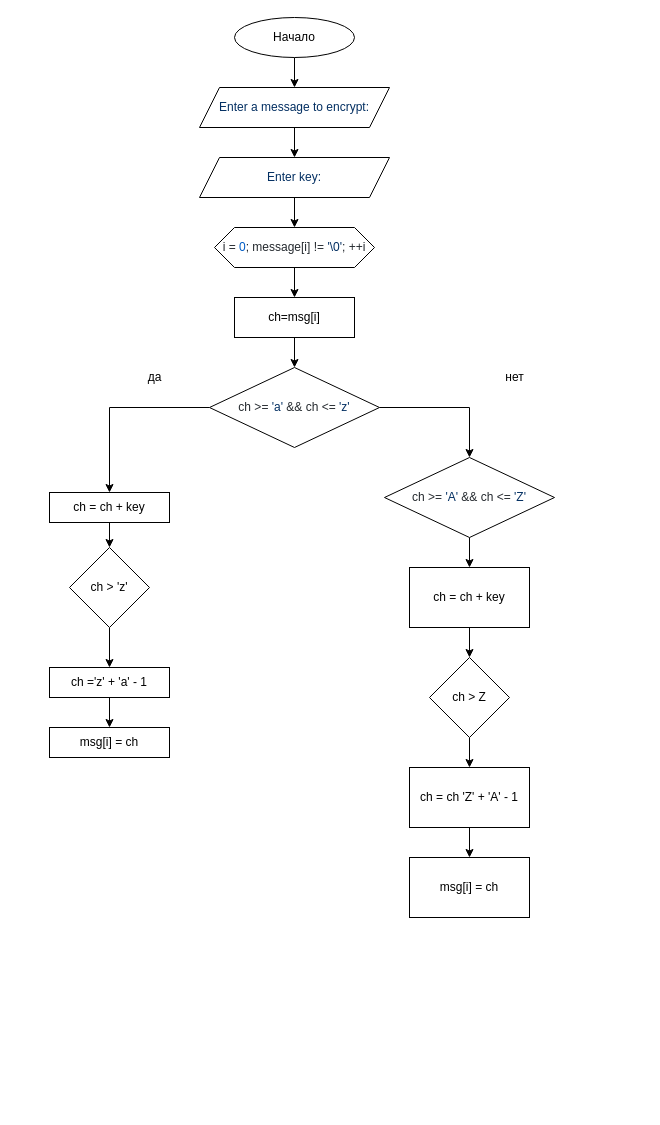
Earlier version of the draw.io diagram Untitled Diagram.drawio (Longnguyen2006/Caesar-cipher). Source tidied: cells renumbered, new cells numbered last; positions are measured from the earlier drawing's top-left corner, leaving out a move shared by most shapes. Both pictures are drawn from the tidied source at 100%, with x=0, y=0 at pixel (49, 17).
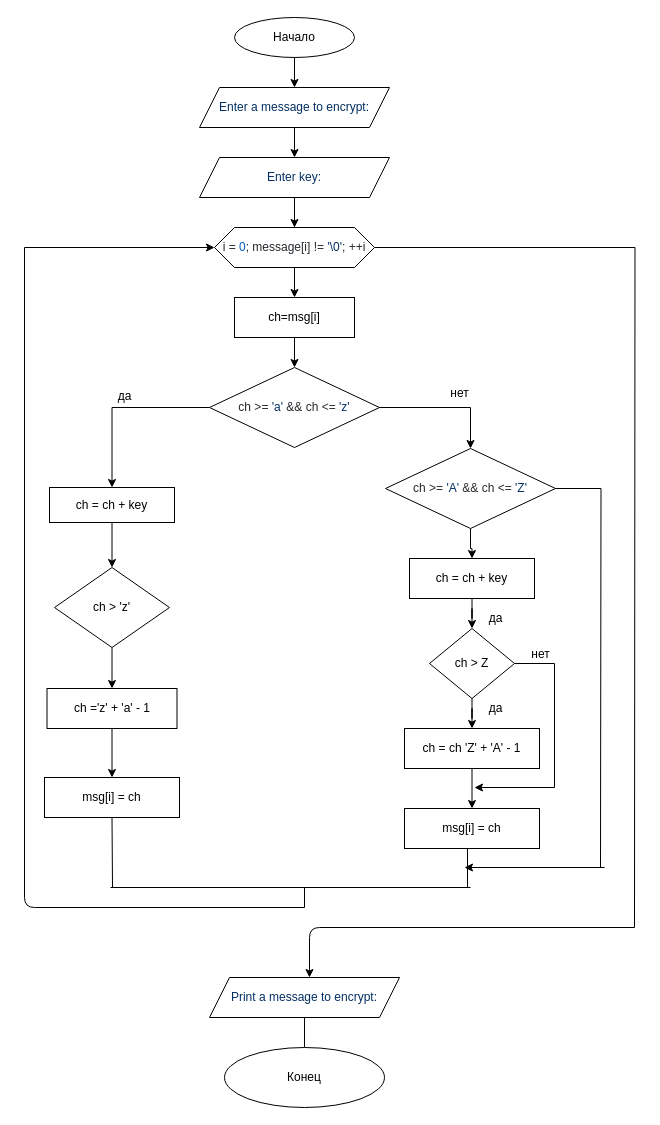
The same diagram, later.

The change refers to these unchanged cells:
```xml
<mxCell id="8" value="&#10;&#10;&lt;span style=&quot;color: rgb(3, 47, 98); font-size: 12px; font-style: normal; font-weight: 400; letter-spacing: normal; text-indent: 0px; text-transform: none; word-spacing: 0px; background-color: rgb(255, 255, 255); display: inline; float: none;&quot;&gt;Enter key:&lt;/span&gt;&#10;&#10;" style="shape=parallelogram;perimeter=parallelogramPerimeter;whiteSpace=wrap;html=1;fixedSize=1;" parent="1" vertex="1">
  <mxGeometry x="150" y="140" width="190" height="40" as="geometry" />
</mxCell>
<mxCell id="10" value="&lt;span style=&quot;color: rgb(36 , 41 , 46) ; font-family: , &amp;#34;consolas&amp;#34; , &amp;#34;liberation mono&amp;#34; , &amp;#34;menlo&amp;#34; , monospace ; background-color: rgb(255 , 255 , 255)&quot;&gt;i = &lt;/span&gt;&lt;span class=&quot;pl-c1&quot; style=&quot;box-sizing: border-box ; color: rgb(0 , 92 , 197) ; font-family: , &amp;#34;consolas&amp;#34; , &amp;#34;liberation mono&amp;#34; , &amp;#34;menlo&amp;#34; , monospace ; background-color: rgb(255 , 255 , 255)&quot;&gt;0&lt;/span&gt;&lt;span style=&quot;color: rgb(36 , 41 , 46) ; font-family: , &amp;#34;consolas&amp;#34; , &amp;#34;liberation mono&amp;#34; , &amp;#34;menlo&amp;#34; , monospace ; background-color: rgb(255 , 255 , 255)&quot;&gt;; message[i] != &lt;/span&gt;&lt;span class=&quot;pl-s&quot; style=&quot;box-sizing: border-box ; color: rgb(3 , 47 , 98) ; font-family: , &amp;#34;consolas&amp;#34; , &amp;#34;liberation mono&amp;#34; , &amp;#34;menlo&amp;#34; , monospace ; background-color: rgb(255 , 255 , 255)&quot;&gt;&lt;span class=&quot;pl-pds&quot; style=&quot;box-sizing: border-box&quot;&gt;'&lt;/span&gt;&lt;span class=&quot;pl-cce&quot; style=&quot;box-sizing: border-box&quot;&gt;\0&lt;/span&gt;&lt;span class=&quot;pl-pds&quot; style=&quot;box-sizing: border-box&quot;&gt;'&lt;/span&gt;&lt;/span&gt;&lt;span style=&quot;color: rgb(36 , 41 , 46) ; font-family: , &amp;#34;consolas&amp;#34; , &amp;#34;liberation mono&amp;#34; , &amp;#34;menlo&amp;#34; , monospace ; background-color: rgb(255 , 255 , 255)&quot;&gt;; ++i&lt;/span&gt;" style="shape=hexagon;perimeter=hexagonPerimeter2;whiteSpace=wrap;html=1;fixedSize=1;" parent="1" vertex="1">
  <mxGeometry x="165" y="210" width="160" height="40" as="geometry" />
</mxCell>
```

The edit, as a diff of the source:
```diff
@@
+    <mxCell id="33" style="edgeStyle=orthogonalEdgeStyle;rounded=0;jettySize=auto;html=1;endArrow=none;endFill=0;" parent="1" edge="1" source="10" target="8">
+      <mxGeometry relative="1" as="geometry" />
+    </mxCell>
+    <mxCell id="34" style="edgeStyle=orthogonalEdgeStyle;rounded=0;jettySize=auto;html=1;endArrow=none;endFill=0;" parent="1" edge="1" source="10" target="8">
+      <mxGeometry relative="1" as="geometry" />
+    </mxCell>
+    <mxCell id="35" style="edgeStyle=orthogonalEdgeStyle;rounded=0;jettySize=auto;html=1;endArrow=none;endFill=0;" parent="1" edge="1" source="10" target="8">
+      <mxGeometry relative="1" as="geometry" />
+    </mxCell>
+    <mxCell id="36" style="edgeStyle=orthogonalEdgeStyle;rounded=0;jettySize=auto;html=1;endArrow=none;endFill=0;" parent="1" edge="1" source="10">
+      <mxGeometry relative="1" as="geometry">
+        <mxPoint x="585" y="910" as="targetPoint" />
+      </mxGeometry>
+    </mxCell>
@@
+    <mxCell id="37" style="edgeStyle=orthogonalEdgeStyle;rounded=0;jettySize=auto;html=1;endArrow=none;endFill=0;" parent="1" edge="1" source="16">
+      <mxGeometry relative="1" as="geometry">
+        <mxPoint x="551" y="850" as="targetPoint" />
+      </mxGeometry>
+    </mxCell>
     <mxCell id="16" value="&lt;span style=&quot;color: rgb(36 , 41 , 46) ; font-family: , &amp;#34;consolas&amp;#34; , &amp;#34;liberation mono&amp;#34; , &amp;#34;menlo&amp;#34; , monospace ; background-color: rgb(255 , 255 , 255)&quot;&gt;ch &amp;gt;= &lt;/span&gt;&lt;span class=&quot;pl-s&quot; style=&quot;box-sizing: border-box ; color: rgb(3 , 47 , 98) ; font-family: , &amp;#34;consolas&amp;#34; , &amp;#34;liberation mono&amp;#34; , &amp;#34;menlo&amp;#34; , monospace ; background-color: rgb(255 , 255 , 255)&quot;&gt;&lt;span class=&quot;pl-pds&quot; style=&quot;box-sizing: border-box&quot;&gt;'&lt;/span&gt;A&lt;span class=&quot;pl-pds&quot; style=&quot;box-sizing: border-box&quot;&gt;'&lt;/span&gt;&lt;/span&gt;&lt;span style=&quot;color: rgb(36 , 41 , 46) ; font-family: , &amp;#34;consolas&amp;#34; , &amp;#34;liberation mono&amp;#34; , &amp;#34;menlo&amp;#34; , monospace ; background-color: rgb(255 , 255 , 255)&quot;&gt; &amp;amp;&amp;amp; ch &amp;lt;= &lt;/span&gt;&lt;span class=&quot;pl-s&quot; style=&quot;box-sizing: border-box ; color: rgb(3 , 47 , 98) ; font-family: , &amp;#34;consolas&amp;#34; , &amp;#34;liberation mono&amp;#34; , &amp;#34;menlo&amp;#34; , monospace ; background-color: rgb(255 , 255 , 255)&quot;&gt;&lt;span class=&quot;pl-pds&quot; style=&quot;box-sizing: border-box&quot;&gt;'&lt;/span&gt;Z&lt;span class=&quot;pl-pds&quot; style=&quot;box-sizing: border-box&quot;&gt;'&lt;/span&gt;&lt;/span&gt;" style="rhombus;whiteSpace=wrap;html=1;" parent="1" vertex="1">
-      <mxGeometry x="335" y="440" width="170" height="80" as="geometry" />
+      <mxGeometry x="336" y="431" width="170" height="80" as="geometry" />
     </mxCell>
@@
     <mxCell id="18" value="ch = ch + key" style="whiteSpace=wrap;html=1;" parent="1" vertex="1">
-      <mxGeometry y="475" width="120" height="30" as="geometry" />
+      <mxGeometry y="470" width="125" height="35" as="geometry" />
     </mxCell>
@@
     <mxCell id="20" value="ch &amp;gt; 'z'" style="rhombus;whiteSpace=wrap;html=1;" parent="1" vertex="1">
-      <mxGeometry x="20" y="530" width="80" height="80" as="geometry" />
+      <mxGeometry x="5" y="550" width="115" height="80" as="geometry" />
     </mxCell>
@@
     <mxCell id="22" value="ch ='z' + 'a' - 1" style="whiteSpace=wrap;html=1;" parent="1" vertex="1">
-      <mxGeometry y="650" width="120" height="30" as="geometry" />
+      <mxGeometry x="-2.5" y="671" width="130" height="40" as="geometry" />
     </mxCell>
     <mxCell id="23" value="да" style="text;html=1;align=center;verticalAlign=middle;" parent="1" vertex="1">
-      <mxGeometry x="90" y="350" width="30" height="20" as="geometry" />
+      <mxGeometry x="60" y="369" width="30" height="20" as="geometry" />
     </mxCell>
     <mxCell id="24" value="нет" style="text;html=1;align=center;verticalAlign=middle;" parent="1" vertex="1">
-      <mxGeometry x="450" y="350" width="30" height="20" as="geometry" />
+      <mxGeometry x="395" y="366" width="30" height="20" as="geometry" />
     </mxCell>
     <mxCell id="25" value="msg[i] = ch" style="whiteSpace=wrap;html=1;" parent="1" vertex="1">
-      <mxGeometry y="710" width="120" height="30" as="geometry" />
+      <mxGeometry x="-5" y="760" width="135" height="40" as="geometry" />
     </mxCell>
@@
     <mxCell id="27" value="ch = ch + key" style="whiteSpace=wrap;html=1;" parent="1" vertex="1">
-      <mxGeometry x="360" y="550" width="120" height="60" as="geometry" />
+      <mxGeometry x="360" y="541" width="125" height="40" as="geometry" />
     </mxCell>
@@
+    <mxCell id="38" style="edgeStyle=orthogonalEdgeStyle;rounded=0;jettySize=auto;html=1;endArrow=none;endFill=0;" parent="1" edge="1" source="29">
+      <mxGeometry relative="1" as="geometry">
+        <mxPoint x="505" y="770" as="targetPoint" />
+        <Array as="points">
+          <mxPoint x="505" y="646" />
+          <mxPoint x="505" y="770" />
+        </Array>
+      </mxGeometry>
+    </mxCell>
     <mxCell id="29" value="ch &amp;gt; Z" style="rhombus;whiteSpace=wrap;html=1;" parent="1" vertex="1">
-      <mxGeometry x="380" y="640" width="80" height="80" as="geometry" />
+      <mxGeometry x="380" y="611" width="85" height="70" as="geometry" />
     </mxCell>
@@
     <mxCell id="31" value="ch = ch 'Z' + 'A' - 1" style="whiteSpace=wrap;html=1;" parent="1" vertex="1">
-      <mxGeometry x="360" y="750" width="120" height="60" as="geometry" />
+      <mxGeometry x="355" y="711" width="135" height="40" as="geometry" />
     </mxCell>
     <mxCell id="32" value="msg[i] = ch" style="whiteSpace=wrap;html=1;" parent="1" vertex="1">
-      <mxGeometry x="360" y="840" width="120" height="60" as="geometry" />
+      <mxGeometry x="355" y="791" width="135" height="40" as="geometry" />
     </mxCell>
+    <mxCell id="39" style="endArrow=none;html=1;" parent="1" edge="1">
+      <mxGeometry relative="1" as="geometry">
+        <mxPoint x="61" y="870" as="sourcePoint" />
+        <mxPoint x="421" y="870" as="targetPoint" />
+      </mxGeometry>
+    </mxCell>
+    <mxCell id="40" style="endArrow=none;html=1;entryX=0.5;entryY=1;entryDx=0;entryDy=0;" parent="1" edge="1" target="25">
+      <mxGeometry relative="1" as="geometry">
+        <mxPoint x="63" y="870" as="sourcePoint" />
+      </mxGeometry>
+    </mxCell>
+    <mxCell id="41" style="endArrow=none;html=1;" parent="1" edge="1">
+      <mxGeometry relative="1" as="geometry">
+        <mxPoint x="418" y="870" as="sourcePoint" />
+        <mxPoint x="418" y="831" as="targetPoint" />
+      </mxGeometry>
+    </mxCell>
+    <mxCell id="42" style="endArrow=classic;html=1;" parent="1" edge="1">
+      <mxGeometry relative="1" as="geometry">
+        <mxPoint x="505" y="770" as="sourcePoint" />
+        <mxPoint x="425" y="770" as="targetPoint" />
+      </mxGeometry>
+    </mxCell>
+    <mxCell id="43" style="endArrow=classic;html=1;" parent="1" edge="1">
+      <mxGeometry relative="1" as="geometry">
+        <mxPoint x="555" y="850" as="sourcePoint" />
+        <mxPoint x="415" y="850" as="targetPoint" />
+      </mxGeometry>
+    </mxCell>
+    <mxCell id="44" value="нет" style="text;html=1;align=center;verticalAlign=middle;" parent="1" vertex="1">
+      <mxGeometry x="476" y="627" width="30" height="20" as="geometry" />
+    </mxCell>
+    <mxCell id="45" value="да" style="text;html=1;align=center;verticalAlign=middle;" parent="1" vertex="1">
+      <mxGeometry x="431" y="681" width="30" height="20" as="geometry" />
+    </mxCell>
+    <mxCell id="46" value="да" style="text;html=1;align=center;verticalAlign=middle;" parent="1" vertex="1">
+      <mxGeometry x="431" y="591" width="30" height="20" as="geometry" />
+    </mxCell>
+    <mxCell id="47" style="edgeStyle=segmentEdgeStyle;endArrow=none;html=1;endFill=0;" parent="1" edge="1">
+      <mxGeometry relative="1" as="geometry">
+        <mxPoint x="255" y="890" as="sourcePoint" />
+        <mxPoint x="-25" y="230" as="targetPoint" />
+      </mxGeometry>
+    </mxCell>
+    <mxCell id="48" style="endArrow=none;html=1;" parent="1" edge="1">
+      <mxGeometry relative="1" as="geometry">
+        <mxPoint x="255" y="890" as="sourcePoint" />
+        <mxPoint x="255" y="870" as="targetPoint" />
+      </mxGeometry>
+    </mxCell>
+    <mxCell id="49" style="endArrow=classic;html=1;entryX=0;entryY=0.5;entryDx=0;entryDy=0;" parent="1" edge="1" target="10">
+      <mxGeometry relative="1" as="geometry">
+        <mxPoint x="-25" y="230" as="sourcePoint" />
+      </mxGeometry>
+    </mxCell>
+    <mxCell id="50" style="endArrow=classic;html=1;" parent="1" edge="1">
+      <mxGeometry relative="1" as="geometry">
+        <mxPoint x="585" y="910" as="sourcePoint" />
+        <mxPoint x="260" y="960" as="targetPoint" />
+        <Array as="points">
+          <mxPoint x="260" y="910" />
+        </Array>
+      </mxGeometry>
+    </mxCell>
+    <mxCell id="51" style="edgeStyle=orthogonalEdgeStyle;rounded=0;jettySize=auto;html=1;endArrow=none;endFill=0;" parent="1" edge="1" source="52" target="53">
+      <mxGeometry relative="1" as="geometry" />
+    </mxCell>
+    <mxCell id="52" value="&lt;span style=&quot;color: rgb(3 , 47 , 98) ; font-family: , &amp;#34;consolas&amp;#34; , &amp;#34;liberation mono&amp;#34; , &amp;#34;menlo&amp;#34; , monospace ; background-color: rgb(255 , 255 , 255)&quot;&gt;Print a message to encrypt:&lt;/span&gt;" style="shape=parallelogram;perimeter=parallelogramPerimeter;whiteSpace=wrap;html=1;fixedSize=1;" parent="1" vertex="1">
+      <mxGeometry x="160" y="960" width="190" height="40" as="geometry" />
+    </mxCell>
+    <mxCell id="53" value="Конец" style="ellipse;whiteSpace=wrap;html=1;" parent="1" vertex="1">
+      <mxGeometry x="175" y="1030" width="160" height="60" as="geometry" />
+    </mxCell>
```
